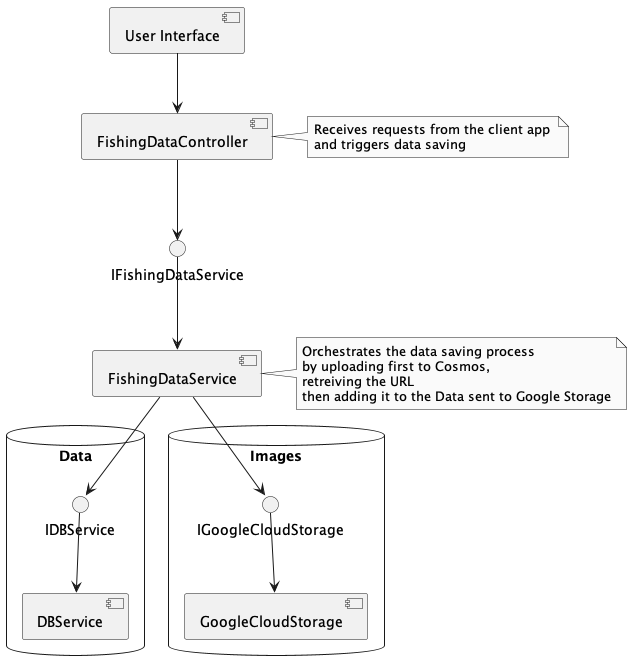
This is FishOnTheGoApi/Docs/system.png from Grant-Shaw/FishOnTheGoApi, a PlantUML export, as it was before one commit.
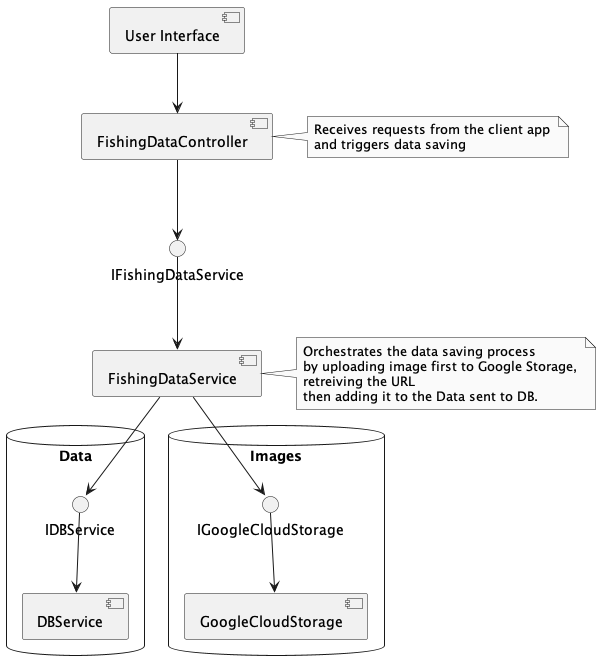
Later version of the same file.

Commit message:
updated system diagram.

The edit, as a diff of the source:
```diff
@@ -36,9 +36,9 @@
 
 note right of FishingDataService
 Orchestrates the data saving process
-by uploading first to Cosmos,
+by uploading image first to Google Storage,
 retreiving the URL
-then adding it to the Data sent to Google Storage
+then adding it to the Data sent to DB.
 end note
 
 
```
